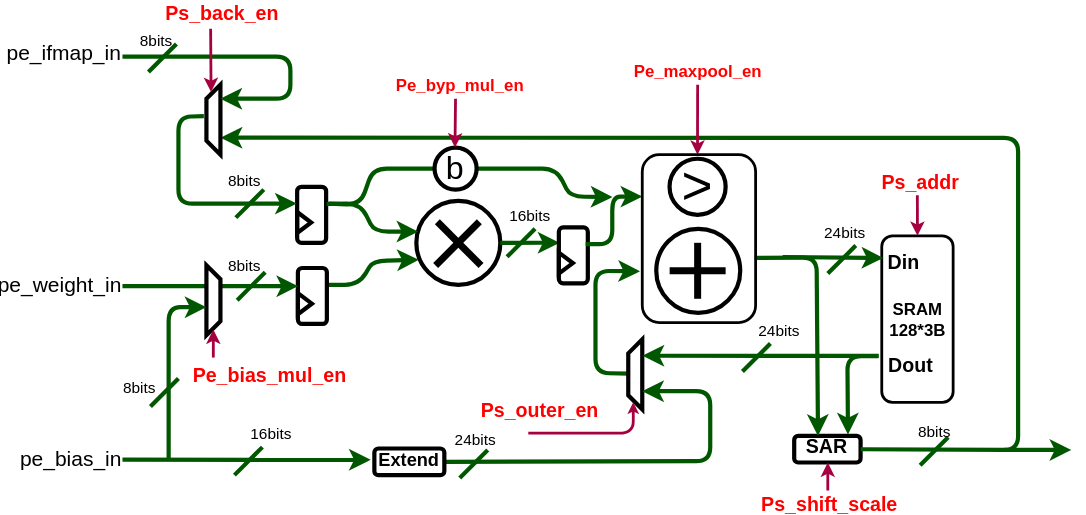
Before: docs/images/PE.drawio.svg, a diagram exported from draw.io (lycfly/EasyNPU). Source tidied: cells renumbered, new cells last; positions are measured from the earlier drawing's top-left corner, leaving out a move shared by most shapes.
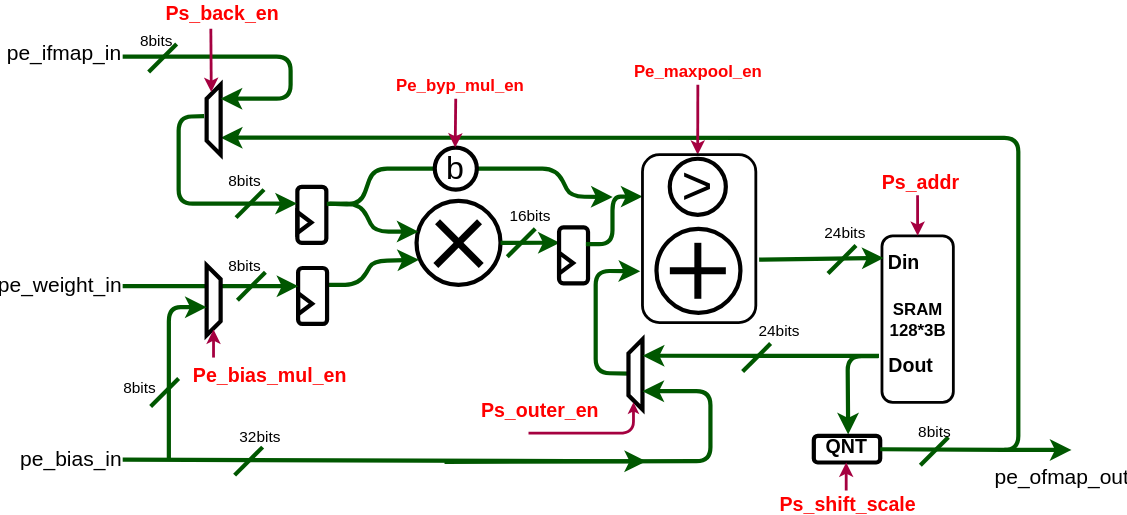
After the commit.

The edit, as a diff of the source:
```diff
@@ -164,10 +164,8 @@
     <mxCell id="37" value="&lt;div&gt;SRAM&lt;/div&gt;&lt;div&gt;128*3B&lt;br&gt;&lt;/div&gt;" style="rounded=1;whiteSpace=wrap;html=1;labelBackgroundColor=none;fontColor=#000000;fillColor=none;strokeColor=#000000;strokeWidth=2;fontSize=12;fontStyle=1;" parent="1" vertex="1">
       <mxGeometry x="588.6" y="148" width="51" height="119" as="geometry" />
     </mxCell>
-    <mxCell id="38" style="endArrow=classic;html=1;fontSize=16;fontColor=#000000;strokeColor=#005700;strokeWidth=3;exitX=0.227;exitY=0.001;exitDx=0;exitDy=0;fillColor=#008a00;entryX=0.022;entryY=0.133;entryDx=0;entryDy=0;entryPerimeter=0;exitPerimeter=0;" parent="1" edge="1" target="37">
-      <mxGeometry relative="1" as="geometry">
-        <mxPoint x="517.8" y="163.1" as="sourcePoint" />
-      </mxGeometry>
+    <mxCell id="38" style="endArrow=classic;html=1;fontSize=16;fontColor=#000000;strokeColor=#005700;strokeWidth=3;exitX=1.029;exitY=0.625;exitDx=0;exitDy=0;fillColor=#008a00;entryX=0.022;entryY=0.133;entryDx=0;entryDy=0;entryPerimeter=0;exitPerimeter=0;" parent="1" edge="1" source="83" target="37">
+      <mxGeometry relative="1" as="geometry" />
     </mxCell>
     <mxCell id="39" style="endArrow=classic;html=1;fontSize=16;fontColor=#000000;strokeColor=#A50040;strokeWidth=2;fillColor=#d80073;entryX=0.5;entryY=0;entryDx=0;entryDy=0;endSize=4;" parent="1" edge="1" target="37">
       <mxGeometry relative="1" as="geometry">
@@ -233,8 +231,9 @@
         <mxPoint x="417.6" y="233.7" as="targetPoint" />
       </mxGeometry>
     </mxCell>
-    <mxCell id="52" style="endArrow=classic;html=1;fontSize=16;fontColor=#000000;strokeColor=#005700;strokeWidth=3;fillColor=#008a00;entryX=1.021;entryY=0.154;entryDx=0;entryDy=0;entryPerimeter=0;exitX=1;exitY=0.5;exitDx=0;exitDy=0;" parent="1" edge="1" source="58">
+    <mxCell id="52" style="endArrow=classic;html=1;fontSize=16;fontColor=#000000;strokeColor=#005700;strokeWidth=3;fillColor=#008a00;entryX=1.021;entryY=0.154;entryDx=0;entryDy=0;entryPerimeter=0;exitX=1;exitY=0.5;exitDx=0;exitDy=0;" parent="1" edge="1">
       <mxGeometry relative="1" as="geometry">
+        <mxPoint x="276" y="309.5" as="sourcePoint" />
         <mxPoint x="417.4" y="259" as="targetPoint" />
         <Array as="points">
           <mxPoint x="466" y="309" />
@@ -265,28 +264,16 @@
         <mxPoint x="20" y="10" as="targetPoint" />
       </mxGeometry>
     </mxCell>
-    <mxCell id="57" value="16bits" style="edgeLabel;html=1;align=center;verticalAlign=middle;fontColor=#000000;labelBackgroundColor=none;" parent="55" vertex="1">
+    <mxCell id="57" value="32bits" style="edgeLabel;html=1;align=center;verticalAlign=middle;fontColor=#000000;labelBackgroundColor=none;" parent="55" vertex="1">
       <mxGeometry x="18.2" as="geometry">
-        <mxPoint x="7" as="offset" />
+        <mxPoint x="-1" y="2" as="offset" />
       </mxGeometry>
     </mxCell>
-    <mxCell id="58" value="Extend" style="rounded=1;whiteSpace=wrap;html=1;fillColor=none;strokeColor=#000000;strokeWidth=3;fontColor=#000000;fontSize=13;fontStyle=1;verticalAlign=bottom;" parent="1" vertex="1">
-      <mxGeometry x="226" y="300" width="50" height="19" as="geometry" />
-    </mxCell>
-    <mxCell id="59" style="endArrow=classic;html=1;fontSize=16;fontColor=#000000;strokeColor=#005700;strokeWidth=3;fillColor=#008a00;entryX=-0.053;entryY=0.426;entryDx=0;entryDy=0;entryPerimeter=0;" parent="1" edge="1" target="58">
+    <mxCell id="59" style="endArrow=classic;html=1;fontSize=16;fontColor=#000000;strokeColor=#005700;strokeWidth=3;fillColor=#008a00;" parent="1" edge="1" target="52">
       <mxGeometry relative="1" as="geometry">
         <mxPoint x="46" y="308" as="sourcePoint" />
       </mxGeometry>
     </mxCell>
-    <mxCell id="60" value="24bits" style="edgeLabel;html=1;align=center;verticalAlign=middle;fontColor=#000000;labelBackgroundColor=none;" parent="1" vertex="1">
-      <mxGeometry x="297" y="293" as="geometry" />
-    </mxCell>
-    <mxCell id="61" style="endArrow=none;html=1;fontColor=#33FF33;strokeWidth=3;fillColor=#008a00;strokeColor=#005700;" parent="1" edge="1">
-      <mxGeometry relative="1" as="geometry">
-        <mxPoint x="287" y="321" as="sourcePoint" />
-        <mxPoint x="307" y="301" as="targetPoint" />
-      </mxGeometry>
-    </mxCell>
     <mxCell id="62" style="endArrow=classic;html=1;fontSize=16;fontColor=#000000;strokeColor=#005700;strokeWidth=3;fillColor=#008a00;" parent="1" edge="1">
       <mxGeometry relative="1" as="geometry">
         <mxPoint x="586" y="234" as="sourcePoint" />
@@ -296,8 +283,8 @@
         </Array>
       </mxGeometry>
     </mxCell>
-    <mxCell id="63" value="SAR" style="rounded=1;whiteSpace=wrap;html=1;fillColor=none;strokeColor=#000000;strokeWidth=3;fontColor=#000000;fontSize=14;fontStyle=1;verticalAlign=bottom;" parent="1" vertex="1">
-      <mxGeometry x="526" y="291" width="47.4" height="19" as="geometry" />
+    <mxCell id="63" value="QNT" style="rounded=1;whiteSpace=wrap;html=1;fillColor=none;strokeColor=#000000;strokeWidth=3;fontColor=#000000;fontSize=14;fontStyle=1;verticalAlign=bottom;" parent="1" vertex="1">
+      <mxGeometry x="539.9" y="291" width="47.4" height="19" as="geometry" />
     </mxCell>
     <mxCell id="64" style="endArrow=classic;html=1;fontSize=16;fontColor=#000000;strokeColor=#005700;strokeWidth=3;exitX=1;exitY=0.5;exitDx=0;exitDy=0;fillColor=#008a00;entryX=1.018;entryY=0.758;entryDx=0;entryDy=0;entryPerimeter=0;" parent="1" edge="1" source="63" target="68">
       <mxGeometry relative="1" as="geometry">
@@ -346,12 +333,12 @@
     </mxCell>
     <mxCell id="72" style="endArrow=classic;html=1;fontSize=16;fontColor=#000000;strokeColor=#A50040;strokeWidth=2;fillColor=#d80073;endSize=4;" parent="1" edge="1">
       <mxGeometry relative="1" as="geometry">
-        <mxPoint x="550" y="330" as="sourcePoint" />
-        <mxPoint x="550" y="310" as="targetPoint" />
+        <mxPoint x="563" y="330" as="sourcePoint" />
+        <mxPoint x="563" y="310" as="targetPoint" />
       </mxGeometry>
     </mxCell>
     <mxCell id="73" value="Ps_shift_scale" style="edgeLabel;html=1;align=center;verticalAlign=middle;fontColor=#FF0000;labelBackgroundColor=none;fontSize=14;fontStyle=1;" parent="1" vertex="1">
-      <mxGeometry x="559" y="344" as="geometry">
+      <mxGeometry x="572" y="344" as="geometry">
         <mxPoint x="-8" y="-5" as="offset" />
       </mxGeometry>
     </mxCell>
@@ -376,14 +363,6 @@
     <mxCell id="78" value="pe_bias_in" style="edgeLabel;html=1;align=center;verticalAlign=middle;fontColor=#000000;labelBackgroundColor=none;fontSize=15;" parent="1" vertex="1">
       <mxGeometry x="8" y="306" as="geometry" />
     </mxCell>
-    <mxCell id="79" style="endArrow=classic;html=1;fontSize=16;fontColor=#000000;strokeColor=#005700;strokeWidth=3;fillColor=#008a00;entryX=0.142;entryY=-0.023;entryDx=0;entryDy=0;entryPerimeter=0;exitX=0.993;exitY=0.615;exitDx=0;exitDy=0;exitPerimeter=0;" parent="1" edge="1" source="83">
-      <mxGeometry relative="1" as="geometry">
-        <mxPoint x="543" y="291" as="targetPoint" />
-        <Array as="points">
-          <mxPoint x="542" y="163.4" />
-        </Array>
-      </mxGeometry>
-    </mxCell>
     <mxCell id="80" style="endArrow=classic;html=1;fontSize=16;fontColor=#000000;strokeColor=#005700;strokeWidth=3;fillColor=#008a00;" parent="1" edge="1">
       <mxGeometry relative="1" as="geometry">
         <mxPoint x="676" y="301" as="sourcePoint" />
@@ -467,5 +446,8 @@
         <mxPoint x="-5" y="-13" as="offset" />
       </mxGeometry>
     </mxCell>
+    <mxCell id="96" value="pe_ofmap_out" style="edgeLabel;html=1;align=center;verticalAlign=middle;fontColor=#000000;labelBackgroundColor=none;fontSize=15;" parent="1" vertex="1">
+      <mxGeometry x="716" y="319" as="geometry" />
+    </mxCell>
   </root>
 </mxGraphModel>
```
